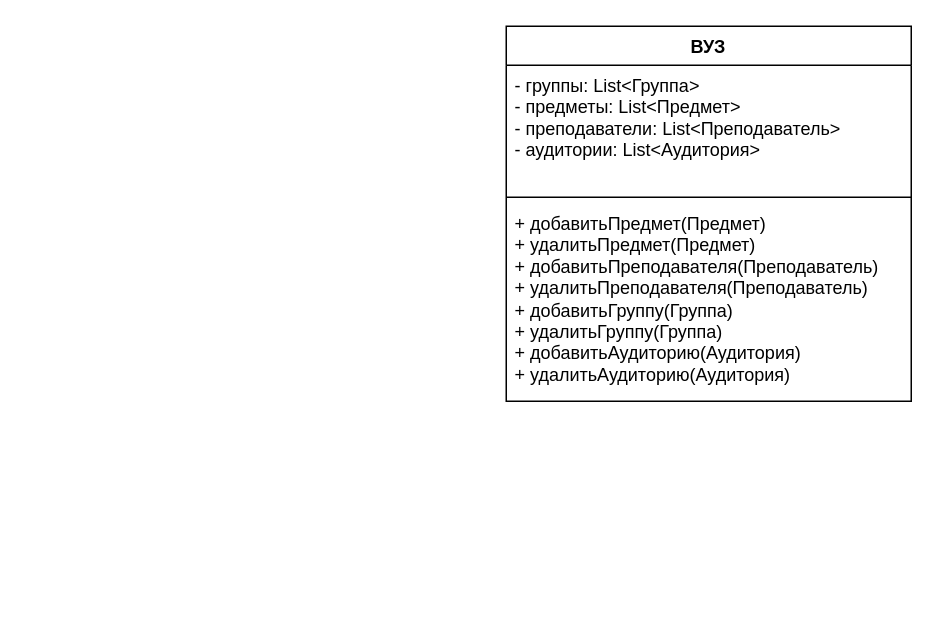
Before: Пятая практика.drawio in sergkhr/VUZsystemModeling, a draw.io diagram. Source tidied: cells renumbered, new cells numbered last; positions are measured from the earlier drawing's top-left corner, leaving out a move shared by most shapes. Both pictures are drawn from the tidied source at 150%, with x=0, y=0 at pixel (506, 26).
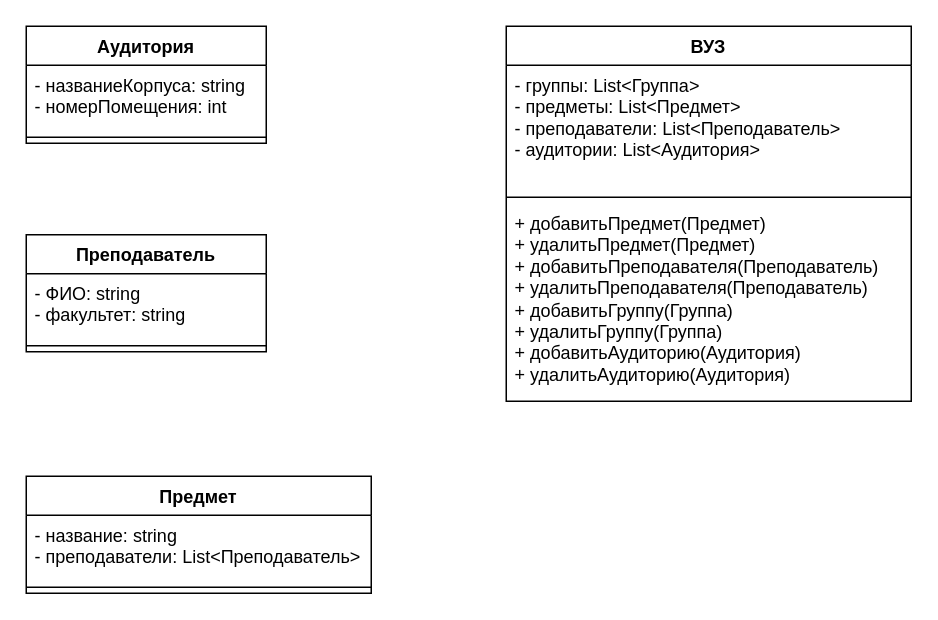
The same page after the edit.

Change to the diagram source:
```diff
@@
 <mxGraphModel>
   <root>
     <mxCell id="0" />
     <mxCell id="1" parent="0" />
     <mxCell id="2" value="ВУЗ" style="swimlane;fontStyle=1;align=center;verticalAlign=top;horizontal=1;startSize=26;whiteSpace=wrap;html=1;" parent="1" vertex="1">
       <mxGeometry width="270" height="250" as="geometry" />
     </mxCell>
     <mxCell id="3" value="- группы: List&amp;lt;Группа&amp;gt;&lt;br&gt;- предметы: List&amp;lt;Предмет&amp;gt;&lt;br&gt;- преподаватели: List&amp;lt;Преподаватель&amp;gt;&lt;br&gt;- аудитории: List&amp;lt;Аудитория&amp;gt;" style="text;strokeColor=none;fillColor=none;align=left;verticalAlign=top;spacingLeft=4;spacingRight=4;overflow=hidden;whiteSpace=wrap;html=1;" parent="2" vertex="1">
       <mxGeometry y="26" width="270" height="84" as="geometry" />
     </mxCell>
     <mxCell id="4" style="line;strokeWidth=1;fillColor=none;align=left;verticalAlign=middle;spacingTop=-1;spacingLeft=3;spacingRight=3;labelPosition=right;strokeColor=inherit;" parent="2" vertex="1">
       <mxGeometry y="110" width="270" height="8" as="geometry" />
     </mxCell>
     <mxCell id="5" value="+ добавитьПредмет(Предмет)&lt;br&gt;+ удалитьПредмет(Предмет)&lt;br&gt;+ добавитьПреподавателя(Преподаватель)&lt;br&gt;+ удалитьПреподавателя(Преподаватель)&lt;br&gt;+ добавитьГруппу(Группа)&lt;br&gt;+ удалитьГруппу(Группа)&lt;br&gt;+ добавитьАудиторию(Аудитория)&lt;br&gt;+ удалитьАудиторию(Аудитория)" style="text;strokeColor=none;fillColor=none;align=left;verticalAlign=top;spacingLeft=4;spacingRight=4;overflow=hidden;whiteSpace=wrap;html=1;" parent="2" vertex="1">
       <mxGeometry y="118" width="270" height="132" as="geometry" />
     </mxCell>
+    <mxCell id="6" value="Аудитория" style="swimlane;fontStyle=1;align=center;verticalAlign=top;horizontal=1;startSize=26;whiteSpace=wrap;html=1;" parent="1" vertex="1">
+      <mxGeometry x="-320" width="160" height="78" as="geometry" />
+    </mxCell>
+    <mxCell id="7" value="- названиеКорпуса: string&lt;br&gt;- номерПомещения: int" style="text;strokeColor=none;fillColor=none;align=left;verticalAlign=top;spacingLeft=4;spacingRight=4;overflow=hidden;whiteSpace=wrap;html=1;" parent="6" vertex="1">
+      <mxGeometry y="26" width="160" height="44" as="geometry" />
+    </mxCell>
+    <mxCell id="8" style="line;strokeWidth=1;fillColor=none;align=left;verticalAlign=middle;spacingTop=-1;spacingLeft=3;spacingRight=3;labelPosition=right;strokeColor=inherit;" parent="6" vertex="1">
+      <mxGeometry y="70" width="160" height="8" as="geometry" />
+    </mxCell>
+    <mxCell id="9" value="Преподаватель" style="swimlane;fontStyle=1;align=center;verticalAlign=top;horizontal=1;startSize=26;whiteSpace=wrap;html=1;" parent="1" vertex="1">
+      <mxGeometry x="-320" y="139" width="160" height="78" as="geometry" />
+    </mxCell>
+    <mxCell id="10" value="- ФИО: string&lt;br&gt;- факультет: string" style="text;strokeColor=none;fillColor=none;align=left;verticalAlign=top;spacingLeft=4;spacingRight=4;overflow=hidden;whiteSpace=wrap;html=1;" parent="9" vertex="1">
+      <mxGeometry y="26" width="160" height="44" as="geometry" />
+    </mxCell>
+    <mxCell id="11" style="line;strokeWidth=1;fillColor=none;align=left;verticalAlign=middle;spacingTop=-1;spacingLeft=3;spacingRight=3;labelPosition=right;strokeColor=inherit;" parent="9" vertex="1">
+      <mxGeometry y="70" width="160" height="8" as="geometry" />
+    </mxCell>
+    <mxCell id="12" value="Предмет" style="swimlane;fontStyle=1;align=center;verticalAlign=top;horizontal=1;startSize=26;whiteSpace=wrap;html=1;" parent="1" vertex="1">
+      <mxGeometry x="-320" y="300" width="230" height="78" as="geometry" />
+    </mxCell>
+    <mxCell id="13" value="- название: string&lt;br&gt;- преподаватели: List&amp;lt;Преподаватель&amp;gt;" style="text;strokeColor=none;fillColor=none;align=left;verticalAlign=top;spacingLeft=4;spacingRight=4;overflow=hidden;whiteSpace=wrap;html=1;" parent="12" vertex="1">
+      <mxGeometry y="26" width="230" height="44" as="geometry" />
+    </mxCell>
+    <mxCell id="14" style="line;strokeWidth=1;fillColor=none;align=left;verticalAlign=middle;spacingTop=-1;spacingLeft=3;spacingRight=3;labelPosition=right;strokeColor=inherit;" parent="12" vertex="1">
+      <mxGeometry y="70" width="230" height="8" as="geometry" />
+    </mxCell>
   </root>
 </mxGraphModel>
```
